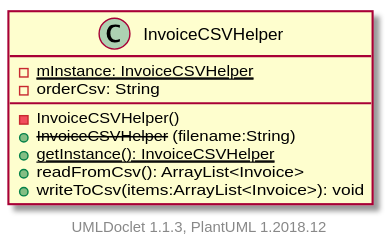
itachi1706/How-to-use-Git-NTUSCSE1819-Site keeps this PlantUML diagram as projects/oodp/html/umlversion/uml/sg.edu.ntu.scse.cz2002.util.InvoiceCSVHelper.svg. Above is the earlier version.
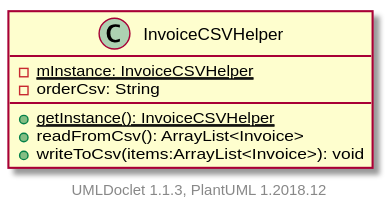
After the commit.

What changed in the source:
```diff
@@ -3,8 +3,6 @@
     class InvoiceCSVHelper [[../sg/edu/ntu/scse/cz2002/util/InvoiceCSVHelper.html]] {
         {static} -mInstance: InvoiceCSVHelper
         -orderCsv: String
-        -InvoiceCSVHelper()
-        + --InvoiceCSVHelper-- (filename:String)
         {static} +getInstance(): InvoiceCSVHelper
         +readFromCsv(): ArrayList<Invoice>
         +writeToCsv(items:ArrayList<Invoice>): void
```
